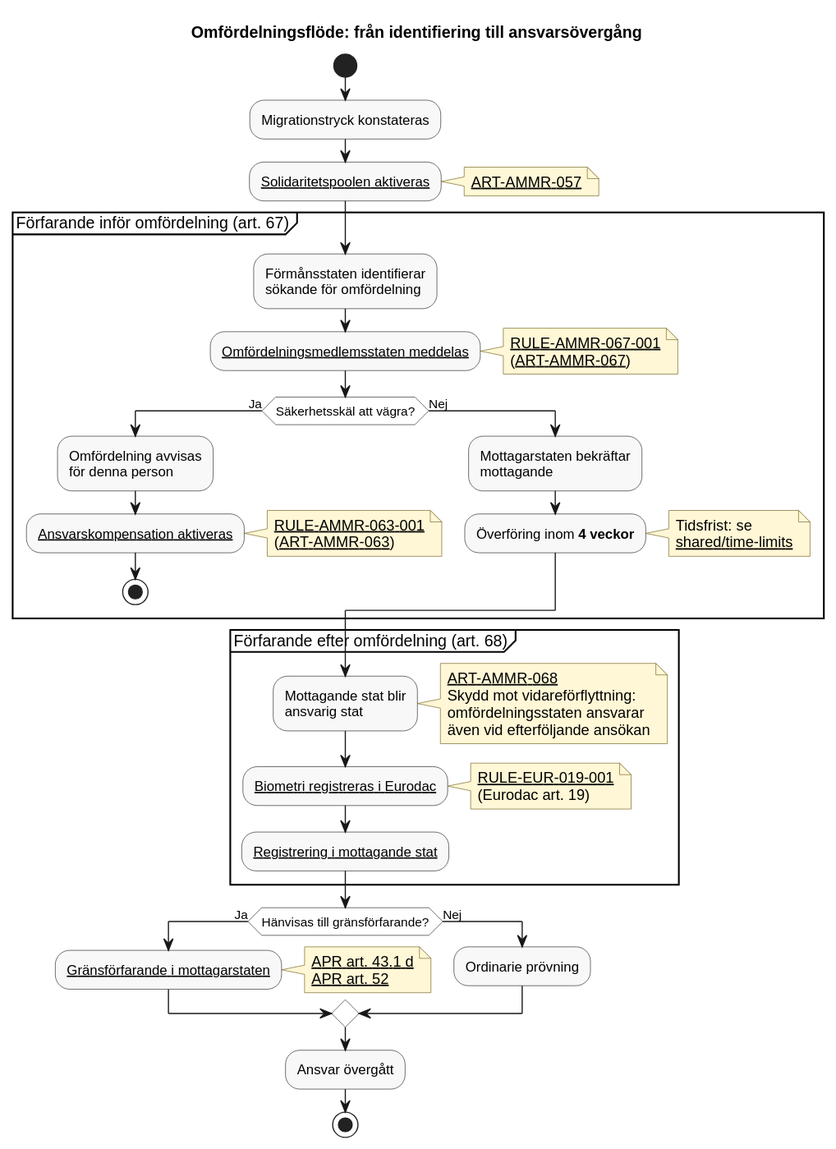
chrhe894/migration_pact keeps this PlantUML diagram as docs/domains/solidarity/diagrams/relocation-flow.svg. Above is the earlier version.
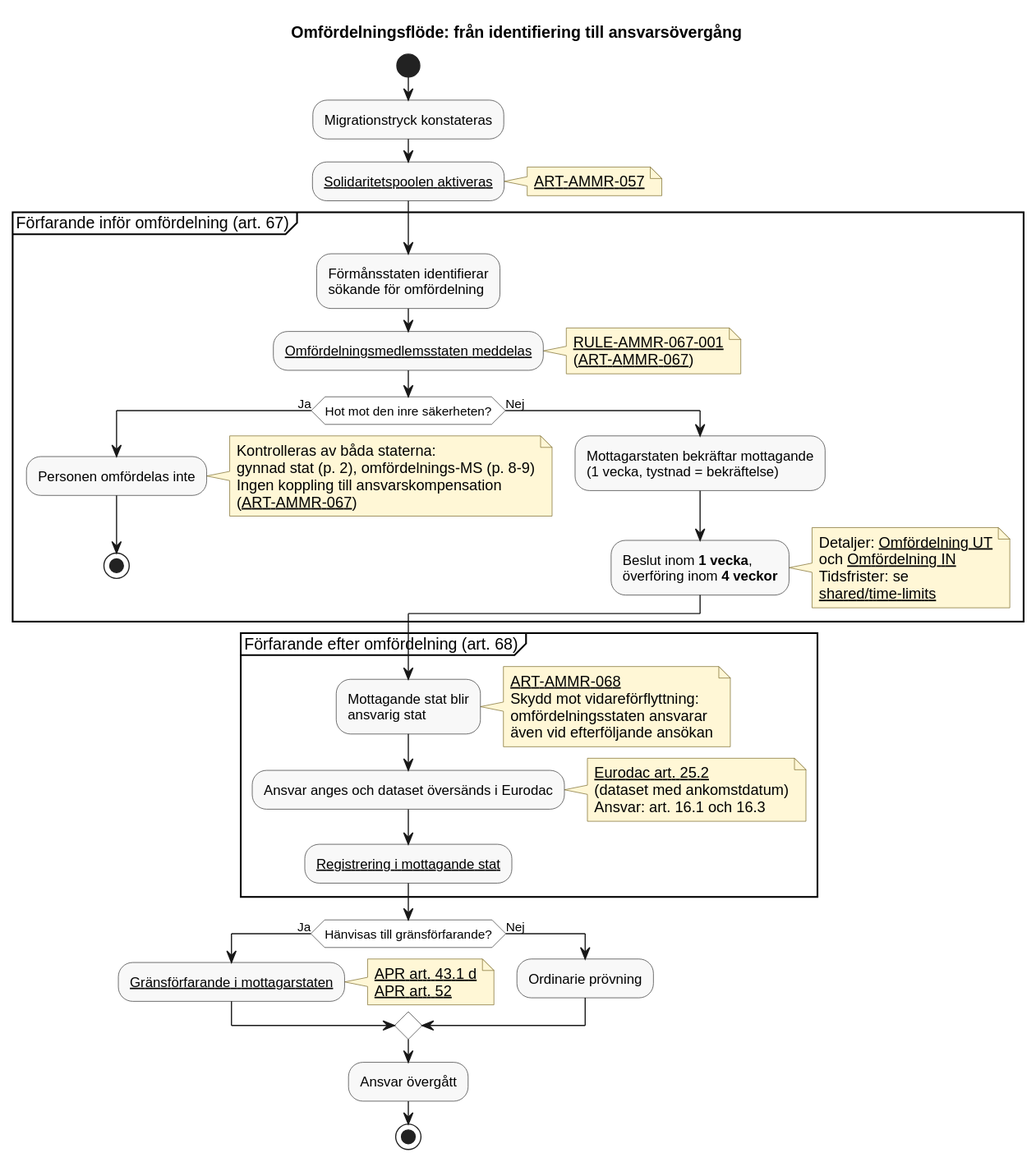
After the change.

The edit, as a diff of the source:
```diff
@@ -33,19 +33,22 @@
     ([[../articles/ammr-067.md ART-AMMR-067]])
   end note
 
-  if (Säkerhetsskäl att vägra?) then (Ja)
-    :Omfördelning avvisas\nför denna person;
-    :[[../rules/rule-ammr-063-001.md Ansvarskompensation aktiveras]];
+  if (Hot mot den inre säkerheten?) then (Ja)
+    :Personen omfördelas inte;
     note right
-      [[../rules/rule-ammr-063-001.md RULE-AMMR-063-001]]
-      ([[../articles/ammr-063.md ART-AMMR-063]])
+      Kontrolleras av båda staterna:
+      gynnad stat (p. 2), omfördelnings-MS (p. 8-9)
+      Ingen koppling till ansvarskompensation
+      ([[../articles/ammr-067.md ART-AMMR-067]])
     end note
     stop
   else (Nej)
-    :Mottagarstaten bekräftar\nmottagande;
-    :Överföring inom **4 veckor**;
+    :Mottagarstaten bekräftar mottagande\n(1 vecka, tystnad = bekräftelse);
+    :Beslut inom **1 vecka**,\növerföring inom **4 veckor**;
     note right
-      Tidsfrist: se
+      Detaljer: [[../processes/relocation-out.md Omfördelning UT]]
+      och [[../processes/relocation-in.md Omfördelning IN]]
+      Tidsfrister: se
       [[../../../shared/time-limits/README.md shared/time-limits]]
     end note
   endif
@@ -60,10 +63,11 @@
     även vid efterföljande ansökan
   end note
 
-  :[[../../eurodac/rules/rule-eur-019-001.md Biometri registreras i Eurodac]];
+  :Ansvar anges och dataset översänds i Eurodac;
   note right
-    [[../../eurodac/rules/rule-eur-019-001.md RULE-EUR-019-001]]
-    (Eurodac art. 19)
+    [[../../eurodac/articles/eur-025.md Eurodac art. 25.2]]
+    (dataset med ankomstdatum)
+    Ansvar: art. 16.1 och 16.3
   end note
 
   :[[../../registration/README.md Registrering i mottagande stat]];
```
